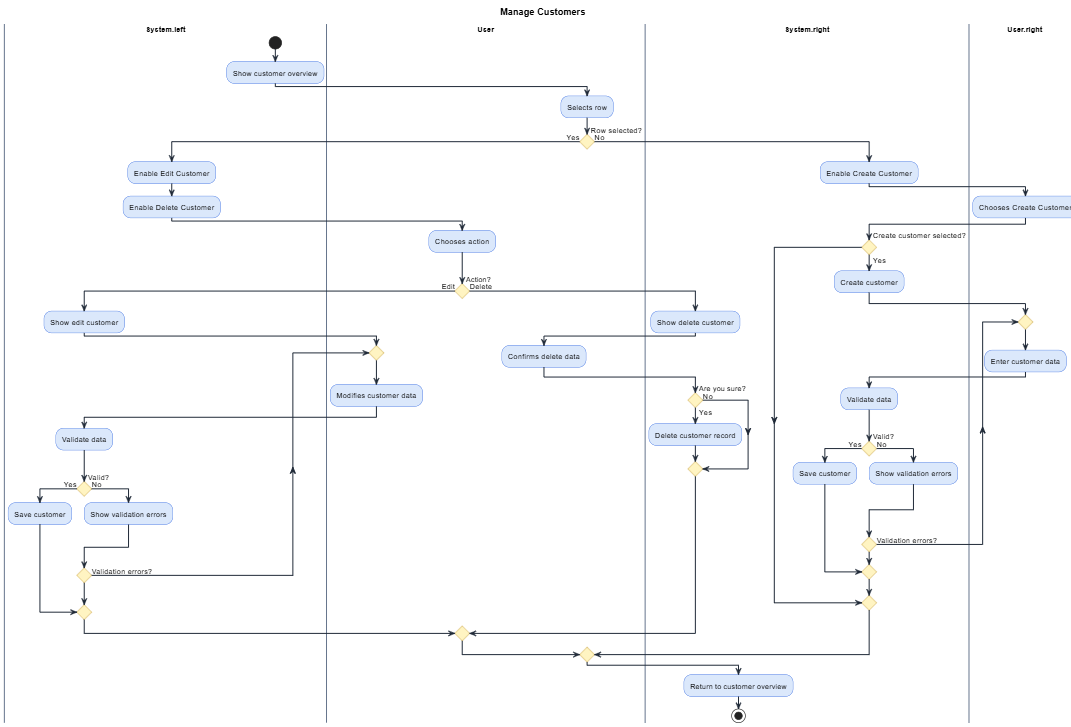
ViktorQorri/Project-Timaflu keeps this PlantUML diagram as Manage customers/manage-customers-ad.png. Above is the earlier version. Its source is kept beside it as Manage customers/manage-customers-ad.puml. Its diagram source:
```plantuml
@startuml Manage Customers
title Manage Customers

skinparam defaultFontSize 12
skinparam shadowing false
skinparam ActivityBackgroundColor #dbe8fb
skinparam ActivityBorderColor #2a62e0
skinparam ActivityDiamondBackgroundColor #fff4c2
skinparam ActivityDiamondBorderColor #b8860b
skinparam SwimlaneBorderColor #5b6b85
skinparam SwimlaneTitleFontStyle bold
skinparam ArrowColor #1f2937
skinparam ArrowThickness 1.6
skinparam conditionStyle diamond
skinparam ActivityDiamondFontSize 12
skinparam NoteBackgroundColor #fffbe6

|System.left|
|User|
|System.right|

|System.left|
start
:Show customer overview;

|User|

:Selects row;

if (Row selected?) then (Yes)

    |System.left|
    :Enable Edit Customer;
    :Enable Delete Customer;

    |User|
    :Chooses action;

    if (Action?) then (Edit)

        |System.left|
        :Show edit customer;

        repeat
            |User|
            :Modifies customer data;

            |System.left|
            :Validate data;

            if (Valid?) then (Yes)
                :Save customer;
                break
            else (No)
                :Show validation errors;
            endif

        repeat while (Validation errors?)

    else (Delete)

        |System.right|
        :Show delete customer;

        |User|
        :Confirms delete data;

        |System.right|
        if (Are you sure?) then (Yes)
            :Delete customer record;
        else (No)
        endif

    endif

else (No)

	|System.right|
    :Enable Create Customer;

    |User.right|
    :Chooses Create Customer;

    |System.right|
    if (Create customer selected?) then (Yes)

        :Create customer;

        repeat
            |User.right|
            :Enter customer data;

            |System.right|
            :Validate data;

            if (Valid?) then (Yes)
                :Save customer;
                break
            else (No)
                :Show validation errors;
            endif

        repeat while (Validation errors?)

    endif

endif

:Return to customer overview;

stop

@enduml
```
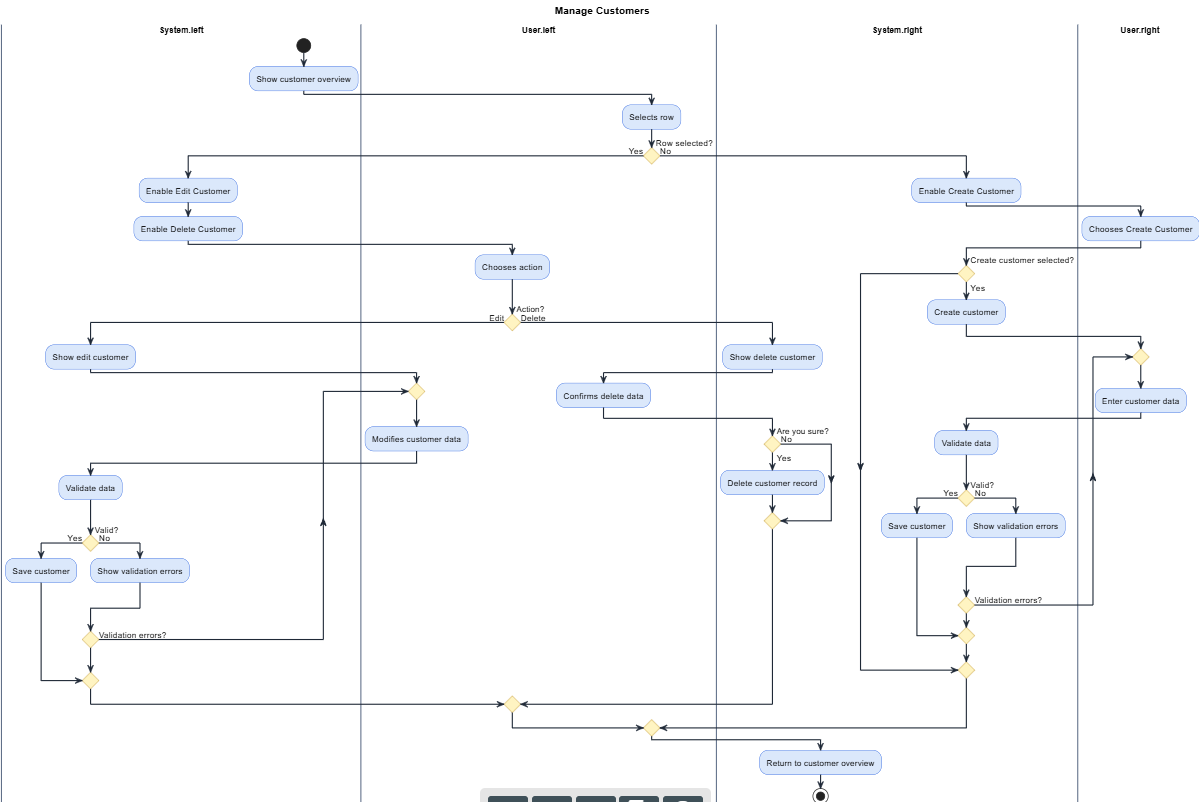
The same diagram one commit later.

Change to the diagram source:
```diff
@@ -16,14 +16,14 @@
 skinparam NoteBackgroundColor #fffbe6
 
 |System.left|
-|User|
+|User.left|
 |System.right|
 
 |System.left|
 start
 :Show customer overview;
 
-|User|
+|User.left|
 
 :Selects row;
 
@@ -33,7 +33,7 @@
     :Enable Edit Customer;
     :Enable Delete Customer;
 
-    |User|
+    |User.left|
     :Chooses action;
 
     if (Action?) then (Edit)
@@ -42,7 +42,7 @@
         :Show edit customer;
 
         repeat
-            |User|
+            |User.left|
             :Modifies customer data;
 
             |System.left|
@@ -62,7 +62,7 @@
         |System.right|
         :Show delete customer;
 
-        |User|
+        |User.left|
         :Confirms delete data;
 
         |System.right|
```
